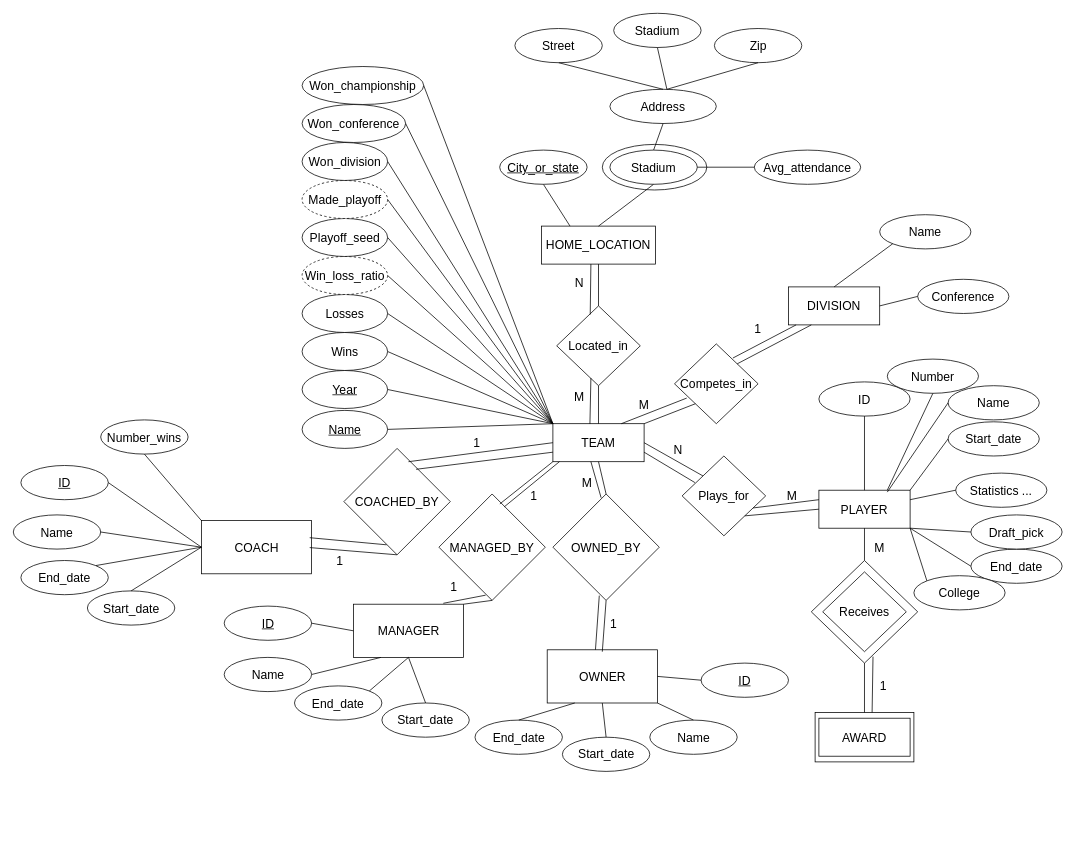
Above: NBA DB.drawio in diegomess1908/NBADatabase22-23 (draw.io), before the change. Source tidied: cells renumbered, new cells numbered last; positions are measured from the earlier drawing's top-left corner, leaving out a move shared by most shapes. Both pictures are drawn from the tidied source at 76%, with x=0, y=0 at pixel (13, 13).
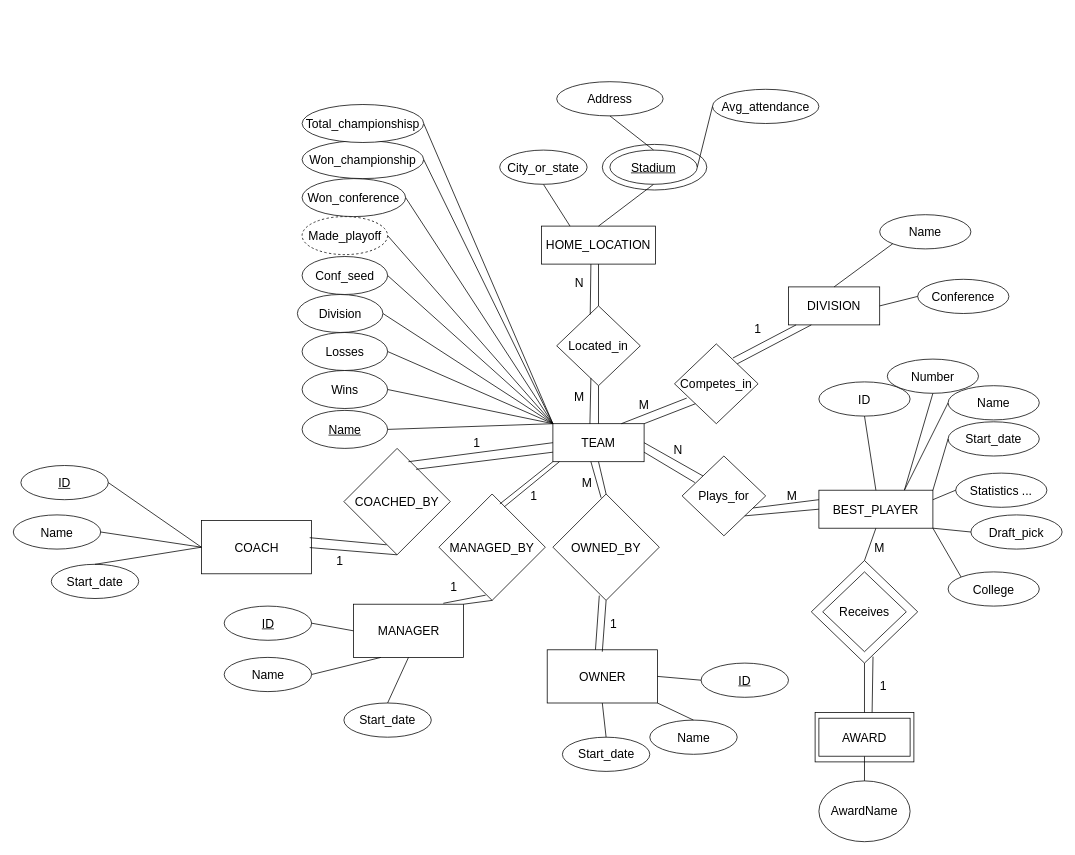
After the change.

Commit message (it also covers changes not shown here):
Updated schema and tables to match

Unchanged cells that the change refers to:
```xml
<mxCell id="3" value="MANAGER" style="rounded=0;whiteSpace=wrap;html=1;fontSize=16;" parent="1" vertex="1">
  <mxGeometry x="447.5" y="777.5" width="145" height="70" as="geometry" />
</mxCell>
<mxCell id="4" value="COACH" style="rounded=0;whiteSpace=wrap;html=1;fontSize=16;" parent="1" vertex="1">
  <mxGeometry x="247.5" y="667.5" width="145" height="70" as="geometry" />
</mxCell>
<mxCell id="8" value="OWNER" style="rounded=0;whiteSpace=wrap;html=1;fontSize=16;" parent="1" vertex="1">
  <mxGeometry x="702.5" y="837.5" width="145" height="70" as="geometry" />
</mxCell>
<mxCell id="11" value="&lt;font style=&quot;font-size: 16px;&quot;&gt;TEAM&lt;/font&gt;" style="rounded=0;whiteSpace=wrap;html=1;" parent="1" vertex="1">
  <mxGeometry x="710" y="540" width="120" height="50" as="geometry" />
</mxCell>
<mxCell id="18" value="&lt;font style=&quot;font-size: 16px;&quot;&gt;AWARD&lt;/font&gt;" style="rounded=0;whiteSpace=wrap;html=1;" parent="1" vertex="1">
  <mxGeometry x="1060" y="927.5" width="120" height="50" as="geometry" />
</mxCell>
<mxCell id="126" value="Name" style="ellipse;whiteSpace=wrap;html=1;fontSize=16;" parent="1" vertex="1">
  <mxGeometry x="1230" y="490" width="120" height="45" as="geometry" />
</mxCell>
```

Diff of the diagram source:
```diff
@@
+    <mxCell id="141" style="edgeStyle=none;html=1;exitX=0;exitY=0;exitDx=0;exitDy=0;entryX=1;entryY=0.5;entryDx=0;entryDy=0;fontSize=16;endArrow=none;endFill=0;" parent="1" edge="1" source="11" target="147">
+      <mxGeometry relative="1" as="geometry" />
+    </mxCell>
@@
+    <mxCell id="142" style="edgeStyle=none;html=1;exitX=0.75;exitY=0;exitDx=0;exitDy=0;entryX=0;entryY=0.5;entryDx=0;entryDy=0;fontSize=16;endArrow=none;endFill=0;" parent="1" edge="1" source="14" target="126">
+      <mxGeometry relative="1" as="geometry" />
+    </mxCell>
-    <mxCell id="14" value="&lt;font style=&quot;font-size: 16px;&quot;&gt;PLAYER&lt;/font&gt;" style="rounded=0;whiteSpace=wrap;html=1;" parent="1" vertex="1">
-      <mxGeometry x="1060" y="627.5" width="120" height="50" as="geometry" />
+    <mxCell id="14" value="&lt;font style=&quot;font-size: 16px&quot;&gt;BEST_PLAYER&lt;/font&gt;" style="rounded=0;whiteSpace=wrap;html=1;" parent="1" vertex="1">
+      <mxGeometry x="1060" y="627.5" width="150" height="50" as="geometry" />
     </mxCell>
@@
+    <mxCell id="143" style="edgeStyle=none;html=1;entryX=0.5;entryY=0;entryDx=0;entryDy=0;fontSize=16;endArrow=none;endFill=0;" parent="1" edge="1" source="18" target="144">
+      <mxGeometry relative="1" as="geometry" />
+    </mxCell>
@@
-    <mxCell id="63" value="End_date" style="ellipse;whiteSpace=wrap;html=1;fontSize=16;" parent="1" vertex="1">
-      <mxGeometry x="607.5" y="930" width="115" height="45" as="geometry" />
-    </mxCell>
@@
-    <mxCell id="66" style="endArrow=none;html=1;rounded=0;fontSize=16;exitX=0.5;exitY=0;exitDx=0;exitDy=0;entryX=0.25;entryY=1;entryDx=0;entryDy=0;" parent="1" edge="1" source="63" target="8">
-      <mxGeometry relative="1" as="geometry" />
-    </mxCell>
@@
     <mxCell id="68" value="Start_date" style="ellipse;whiteSpace=wrap;html=1;fontSize=16;" parent="1" vertex="1">
-      <mxGeometry x="485" y="907.5" width="115" height="45" as="geometry" />
+      <mxGeometry x="435" y="907.5" width="115" height="45" as="geometry" />
     </mxCell>
-    <mxCell id="69" value="End_date" style="ellipse;whiteSpace=wrap;html=1;fontSize=16;" parent="1" vertex="1">
-      <mxGeometry x="370" y="885" width="115" height="45" as="geometry" />
-    </mxCell>
@@
-    <mxCell id="71" style="endArrow=none;html=1;rounded=0;fontSize=16;exitX=0.5;exitY=1;exitDx=0;exitDy=0;entryX=1;entryY=0;entryDx=0;entryDy=0;" parent="1" edge="1" source="3" target="69">
-      <mxGeometry relative="1" as="geometry" />
-    </mxCell>
@@
     <mxCell id="78" value="Start_date" style="ellipse;whiteSpace=wrap;html=1;fontSize=16;" parent="1" vertex="1">
-      <mxGeometry x="97.5" y="760" width="115" height="45" as="geometry" />
+      <mxGeometry x="50" y="725" width="115" height="45" as="geometry" />
     </mxCell>
-    <mxCell id="79" value="End_date" style="ellipse;whiteSpace=wrap;html=1;fontSize=16;" parent="1" vertex="1">
-      <mxGeometry x="10" y="720" width="115" height="45" as="geometry" />
-    </mxCell>
@@
-    <mxCell id="81" style="endArrow=none;html=1;rounded=0;fontSize=16;exitX=0;exitY=0.5;exitDx=0;exitDy=0;entryX=1;entryY=0;entryDx=0;entryDy=0;" parent="1" edge="1" source="4" target="79">
-      <mxGeometry relative="1" as="geometry" />
-    </mxCell>
@@
-    <mxCell id="85" value="Number_wins" style="ellipse;whiteSpace=wrap;html=1;fontSize=16;" parent="1" vertex="1">
-      <mxGeometry x="115" y="535" width="115" height="45" as="geometry" />
-    </mxCell>
-    <mxCell id="86" style="endArrow=none;html=1;rounded=0;fontSize=16;entryX=0.5;entryY=1;entryDx=0;entryDy=0;exitX=0;exitY=0;exitDx=0;exitDy=0;" parent="1" edge="1" source="4" target="85">
-      <mxGeometry relative="1" as="geometry" />
-    </mxCell>
@@
-    <mxCell id="88" value="&lt;u&gt;City_or_state&lt;/u&gt;" style="ellipse;whiteSpace=wrap;html=1;fontSize=16;" parent="1" vertex="1">
+    <mxCell id="88" value="City_or_state" style="ellipse;whiteSpace=wrap;html=1;fontSize=16;" parent="1" vertex="1">
       <mxGeometry x="640" y="180" width="115" height="45" as="geometry" />
     </mxCell>
-    <mxCell id="89" value="Stadium" style="ellipse;whiteSpace=wrap;html=1;fontSize=16;" parent="1" vertex="1">
+    <mxCell id="89" value="&lt;u&gt;Stadium&lt;/u&gt;" style="ellipse;whiteSpace=wrap;html=1;fontSize=16;" parent="1" vertex="1">
       <mxGeometry x="785" y="180" width="115" height="45" as="geometry" />
     </mxCell>
@@
     <mxCell id="91" value="Avg_attendance" style="ellipse;whiteSpace=wrap;html=1;fontSize=16;" parent="1" vertex="1">
-      <mxGeometry x="975" y="180" width="140" height="45" as="geometry" />
+      <mxGeometry x="920" y="100" width="140" height="45" as="geometry" />
     </mxCell>
@@
     <mxCell id="93" value="Address" style="ellipse;whiteSpace=wrap;html=1;fontSize=16;" parent="1" vertex="1">
-      <mxGeometry x="785" y="100" width="140" height="45" as="geometry" />
+      <mxGeometry x="715" y="90" width="140" height="45" as="geometry" />
     </mxCell>
@@
-    <mxCell id="95" value="Street" style="ellipse;whiteSpace=wrap;html=1;fontSize=16;" parent="1" vertex="1">
-      <mxGeometry x="660" y="20" width="115" height="45" as="geometry" />
-    </mxCell>
-    <mxCell id="96" value="Stadium" style="ellipse;whiteSpace=wrap;html=1;fontSize=16;" parent="1" vertex="1">
-      <mxGeometry x="790" width="115" height="45" as="geometry" />
-    </mxCell>
-    <mxCell id="97" value="Zip" style="ellipse;whiteSpace=wrap;html=1;fontSize=16;" parent="1" vertex="1">
-      <mxGeometry x="922.5" y="20" width="115" height="45" as="geometry" />
-    </mxCell>
-    <mxCell id="98" style="endArrow=none;html=1;rounded=0;fontSize=16;entryX=0.5;entryY=1;entryDx=0;entryDy=0;exitX=0.5;exitY=0;exitDx=0;exitDy=0;" parent="1" edge="1" source="93" target="95">
-      <mxGeometry relative="1" as="geometry" />
-    </mxCell>
-    <mxCell id="99" style="endArrow=none;html=1;rounded=0;fontSize=16;entryX=0.5;entryY=1;entryDx=0;entryDy=0;" parent="1" edge="1" target="96">
-      <mxGeometry relative="1" as="geometry">
-        <mxPoint x="860" y="100" as="sourcePoint" />
-      </mxGeometry>
-    </mxCell>
-    <mxCell id="100" style="endArrow=none;html=1;rounded=0;fontSize=16;entryX=0.5;entryY=1;entryDx=0;entryDy=0;" parent="1" edge="1" target="97">
-      <mxGeometry relative="1" as="geometry">
-        <mxPoint x="860" y="100" as="sourcePoint" />
-      </mxGeometry>
-    </mxCell>
@@
-    <mxCell id="106" value="&lt;u&gt;Year&lt;/u&gt;" style="ellipse;whiteSpace=wrap;html=1;fontSize=16;" parent="1" vertex="1">
-      <mxGeometry x="380" y="470" width="112.5" height="50" as="geometry" />
-    </mxCell>
     <mxCell id="107" value="Wins" style="ellipse;whiteSpace=wrap;html=1;fontSize=16;" parent="1" vertex="1">
-      <mxGeometry x="380" y="420" width="112.5" height="50" as="geometry" />
+      <mxGeometry x="380" y="470" width="112.5" height="50" as="geometry" />
     </mxCell>
     <mxCell id="108" value="Losses" style="ellipse;whiteSpace=wrap;html=1;fontSize=16;" parent="1" vertex="1">
-      <mxGeometry x="380" y="370" width="112.5" height="50" as="geometry" />
+      <mxGeometry x="380" y="420" width="112.5" height="50" as="geometry" />
     </mxCell>
-    <mxCell id="109" value="Win_loss_ratio" style="ellipse;whiteSpace=wrap;html=1;fontSize=16;dashed=1;" parent="1" vertex="1">
-      <mxGeometry x="380" y="320" width="112.5" height="50" as="geometry" />
-    </mxCell>
-    <mxCell id="110" value="Playoff_seed" style="ellipse;whiteSpace=wrap;html=1;fontSize=16;" parent="1" vertex="1">
-      <mxGeometry x="380" y="270" width="112.5" height="50" as="geometry" />
+    <mxCell id="110" value="Conf_seed" style="ellipse;whiteSpace=wrap;html=1;fontSize=16;" parent="1" vertex="1">
+      <mxGeometry x="380" y="320" width="112.5" height="50" as="geometry" />
     </mxCell>
     <mxCell id="111" value="Made_playoff" style="ellipse;whiteSpace=wrap;html=1;fontSize=16;dashed=1;" parent="1" vertex="1">
-      <mxGeometry x="380" y="220" width="112.5" height="50" as="geometry" />
+      <mxGeometry x="380" y="267.5" width="112.5" height="50" as="geometry" />
     </mxCell>
-    <mxCell id="112" value="Won_division" style="ellipse;whiteSpace=wrap;html=1;fontSize=16;" parent="1" vertex="1">
-      <mxGeometry x="380" y="170" width="112.5" height="50" as="geometry" />
-    </mxCell>
     <mxCell id="113" value="Won_conference" style="ellipse;whiteSpace=wrap;html=1;fontSize=16;" parent="1" vertex="1">
-      <mxGeometry x="380" y="120" width="136.2" height="50" as="geometry" />
+      <mxGeometry x="380" y="217.5" width="136.2" height="50" as="geometry" />
     </mxCell>
     <mxCell id="114" value="Won_championship" style="ellipse;whiteSpace=wrap;html=1;fontSize=16;" parent="1" vertex="1">
-      <mxGeometry x="380" y="70" width="160" height="50" as="geometry" />
+      <mxGeometry x="380" y="167.5" width="160" height="50" as="geometry" />
     </mxCell>
@@
-    <mxCell id="116" style="endArrow=none;html=1;rounded=0;fontSize=16;exitX=0;exitY=0;exitDx=0;exitDy=0;entryX=1;entryY=0.5;entryDx=0;entryDy=0;" parent="1" edge="1" source="11" target="106">
-      <mxGeometry relative="1" as="geometry" />
-    </mxCell>
@@
-    <mxCell id="119" style="endArrow=none;html=1;rounded=0;fontSize=16;exitX=0;exitY=0;exitDx=0;exitDy=0;entryX=1;entryY=0.5;entryDx=0;entryDy=0;" parent="1" edge="1" source="11" target="109">
-      <mxGeometry relative="1" as="geometry" />
-    </mxCell>
@@
-    <mxCell id="122" style="endArrow=none;html=1;rounded=0;fontSize=16;exitX=0;exitY=0;exitDx=0;exitDy=0;entryX=1;entryY=0.5;entryDx=0;entryDy=0;" parent="1" edge="1" source="11" target="112">
-      <mxGeometry relative="1" as="geometry" />
-    </mxCell>
@@
-    <mxCell id="129" value="End_date" style="ellipse;whiteSpace=wrap;html=1;fontSize=16;" parent="1" vertex="1">
-      <mxGeometry x="1260" y="705" width="120" height="45" as="geometry" />
-    </mxCell>
@@
     <mxCell id="132" value="College" style="ellipse;whiteSpace=wrap;html=1;fontSize=16;" parent="1" vertex="1">
-      <mxGeometry x="1185" y="740" width="120" height="45" as="geometry" />
+      <mxGeometry x="1230" y="735" width="120" height="45" as="geometry" />
     </mxCell>
@@
-    <mxCell id="134" style="endArrow=none;html=1;rounded=0;fontSize=16;entryX=0;entryY=0.5;entryDx=0;entryDy=0;" parent="1" edge="1" target="126">
-      <mxGeometry relative="1" as="geometry">
-        <mxPoint x="1150" y="630" as="sourcePoint" />
-      </mxGeometry>
-    </mxCell>
@@
-    <mxCell id="137" style="endArrow=none;html=1;rounded=0;fontSize=16;entryX=0;entryY=0.5;entryDx=0;entryDy=0;exitX=1;exitY=1;exitDx=0;exitDy=0;" parent="1" edge="1" source="14" target="129">
-      <mxGeometry relative="1" as="geometry" />
-    </mxCell>
@@
+    <mxCell id="144" value="AwardName" style="ellipse;whiteSpace=wrap;html=1;fontSize=16;" parent="1" vertex="1">
+      <mxGeometry x="1060" y="1010" width="120" height="80" as="geometry" />
+    </mxCell>
+    <mxCell id="145" style="edgeStyle=none;html=1;exitX=1;exitY=0.5;exitDx=0;exitDy=0;entryX=0;entryY=0;entryDx=0;entryDy=0;fontSize=16;endArrow=none;endFill=0;" parent="1" edge="1" source="146" target="11">
+      <mxGeometry relative="1" as="geometry" />
+    </mxCell>
+    <mxCell id="146" value="Total_championshisp" style="ellipse;whiteSpace=wrap;html=1;fontSize=16;" parent="1" vertex="1">
+      <mxGeometry x="380" y="120" width="160" height="50" as="geometry" />
+    </mxCell>
+    <mxCell id="147" value="Division" style="ellipse;whiteSpace=wrap;html=1;fontSize=16;" parent="1" vertex="1">
+      <mxGeometry x="373.8" y="370" width="112.5" height="50" as="geometry" />
+    </mxCell>
```
